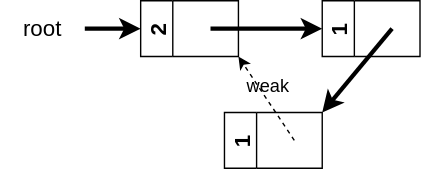
The draw.io diagram assets/img/lecture_materials/GarbageCollection/ch3/weak-pointer.drawio.svg in drop-stones/slides, before a commit. Source tidied: cells renumbered, new cells last; positions are measured from the earlier drawing's top-left corner, leaving out a move shared by most shapes. Source of this version:
```xml
<mxGraphModel>
  <root>
    <mxCell id="0" />
    <mxCell id="1" parent="0" />
    <mxCell id="2" style="group;" parent="1" vertex="1">
      <mxGeometry width="300" height="120" as="geometry" />
    </mxCell>
    <mxCell id="3" value="2" style="swimlane;horizontal=0;fontSize=16;startSize=23;fillColor=none;" parent="2" vertex="1">
      <mxGeometry x="100" width="70" height="40" as="geometry" />
    </mxCell>
    <mxCell id="4" value="&lt;font style=&quot;font-size: 16px&quot;&gt;root&lt;/font&gt;" style="text;html=1;strokeColor=none;fillColor=none;align=center;verticalAlign=middle;whiteSpace=wrap;rounded=0;" parent="2" vertex="1">
      <mxGeometry y="5" width="60" height="30" as="geometry" />
    </mxCell>
    <mxCell id="5" value="1" style="swimlane;horizontal=0;fontSize=16;startSize=23;fillColor=none;" parent="2" vertex="1">
      <mxGeometry x="160" y="80" width="70" height="40" as="geometry" />
    </mxCell>
    <mxCell id="6" value="1" style="swimlane;horizontal=0;fontSize=16;startSize=23;fillColor=none;" parent="2" vertex="1">
      <mxGeometry x="230" width="70" height="40" as="geometry" />
    </mxCell>
    <mxCell id="7" style="endArrow=classic;html=1;fontSize=16;entryX=1;entryY=0;entryDx=0;entryDy=0;strokeWidth=3;" parent="2" edge="1" target="5">
      <mxGeometry relative="1" as="geometry">
        <mxPoint x="280" y="20" as="sourcePoint" />
      </mxGeometry>
    </mxCell>
    <mxCell id="8" style="endArrow=classic;html=1;fontSize=16;entryX=1;entryY=1;entryDx=0;entryDy=0;dashed=1;" parent="2" edge="1" target="3">
      <mxGeometry relative="1" as="geometry">
        <mxPoint x="210" y="100" as="sourcePoint" />
      </mxGeometry>
    </mxCell>
    <mxCell id="9" value="&lt;font style=&quot;font-size: 13px&quot;&gt;weak&lt;/font&gt;" style="edgeLabel;html=1;align=center;verticalAlign=middle;labelBackgroundColor=none;" parent="8" vertex="1">
      <mxGeometry x="0.44" y="1" relative="1" as="geometry">
        <mxPoint x="10" y="3" as="offset" />
      </mxGeometry>
    </mxCell>
    <mxCell id="10" style="endArrow=classic;html=1;fontSize=16;entryX=0;entryY=0.5;entryDx=0;entryDy=0;strokeWidth=3;" parent="2" edge="1" target="6">
      <mxGeometry relative="1" as="geometry">
        <mxPoint x="150" y="20" as="sourcePoint" />
      </mxGeometry>
    </mxCell>
    <mxCell id="11" style="endArrow=classic;html=1;fontSize=16;exitX=1;exitY=0.5;exitDx=0;exitDy=0;entryX=0;entryY=0.5;entryDx=0;entryDy=0;strokeWidth=3;" parent="2" edge="1" source="4" target="3">
      <mxGeometry relative="1" as="geometry" />
    </mxCell>
  </root>
</mxGraphModel>
```
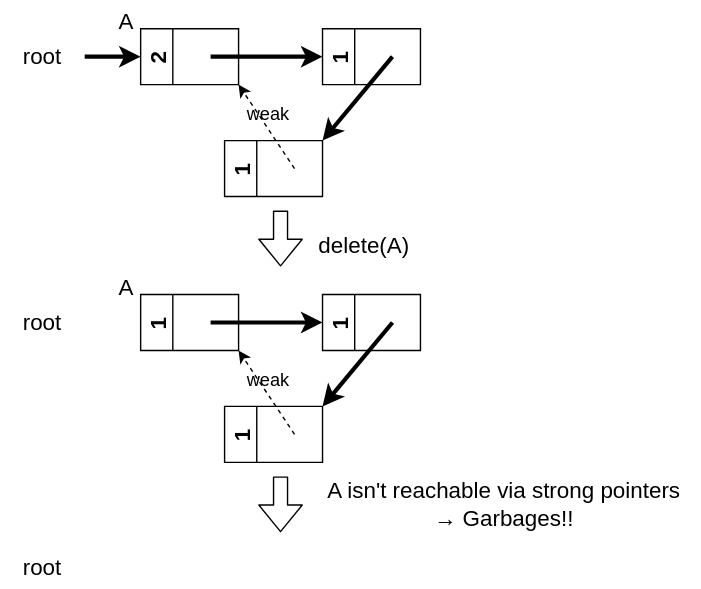
After the change.

Diff of the diagram source:
```diff
@@ -40,5 +40,67 @@
     <mxCell id="11" style="endArrow=classic;html=1;fontSize=16;exitX=1;exitY=0.5;exitDx=0;exitDy=0;entryX=0;entryY=0.5;entryDx=0;entryDy=0;strokeWidth=3;" parent="2" edge="1" source="4" target="3">
       <mxGeometry relative="1" as="geometry" />
     </mxCell>
+    <mxCell id="12" style="shape=flexArrow;endArrow=classic;html=1;" parent="1" edge="1">
+      <mxGeometry relative="1" as="geometry">
+        <mxPoint x="200" y="130" as="sourcePoint" />
+        <mxPoint x="200" y="170" as="targetPoint" />
+      </mxGeometry>
+    </mxCell>
+    <mxCell id="13" value="&lt;font style=&quot;font-size: 16px&quot;&gt;delete(A)&lt;/font&gt;" style="text;html=1;strokeColor=none;fillColor=none;align=center;verticalAlign=middle;whiteSpace=wrap;rounded=0;" parent="1" vertex="1">
+      <mxGeometry x="220" y="140" width="80" height="30" as="geometry" />
+    </mxCell>
+    <mxCell id="14" style="group;" parent="1" vertex="1">
+      <mxGeometry y="190" width="300" height="120" as="geometry" />
+    </mxCell>
+    <mxCell id="15" value="1" style="swimlane;horizontal=0;fontSize=16;startSize=23;fillColor=none;" parent="14" vertex="1">
+      <mxGeometry x="100" width="70" height="40" as="geometry" />
+    </mxCell>
+    <mxCell id="16" value="&lt;font style=&quot;font-size: 16px&quot;&gt;root&lt;/font&gt;" style="text;html=1;strokeColor=none;fillColor=none;align=center;verticalAlign=middle;whiteSpace=wrap;rounded=0;" parent="14" vertex="1">
+      <mxGeometry y="5" width="60" height="30" as="geometry" />
+    </mxCell>
+    <mxCell id="17" value="1" style="swimlane;horizontal=0;fontSize=16;startSize=23;fillColor=none;" parent="14" vertex="1">
+      <mxGeometry x="160" y="80" width="70" height="40" as="geometry" />
+    </mxCell>
+    <mxCell id="18" value="1" style="swimlane;horizontal=0;fontSize=16;startSize=23;fillColor=none;" parent="14" vertex="1">
+      <mxGeometry x="230" width="70" height="40" as="geometry" />
+    </mxCell>
+    <mxCell id="19" style="endArrow=classic;html=1;fontSize=16;entryX=1;entryY=0;entryDx=0;entryDy=0;strokeWidth=3;" parent="14" edge="1" target="17">
+      <mxGeometry relative="1" as="geometry">
+        <mxPoint x="280" y="20" as="sourcePoint" />
+      </mxGeometry>
+    </mxCell>
+    <mxCell id="20" style="endArrow=classic;html=1;fontSize=16;entryX=1;entryY=1;entryDx=0;entryDy=0;dashed=1;" parent="14" edge="1" target="15">
+      <mxGeometry relative="1" as="geometry">
+        <mxPoint x="210" y="100" as="sourcePoint" />
+      </mxGeometry>
+    </mxCell>
+    <mxCell id="21" value="&lt;font style=&quot;font-size: 13px&quot;&gt;weak&lt;/font&gt;" style="edgeLabel;html=1;align=center;verticalAlign=middle;labelBackgroundColor=none;" parent="20" vertex="1">
+      <mxGeometry x="0.44" y="1" relative="1" as="geometry">
+        <mxPoint x="10" y="3" as="offset" />
+      </mxGeometry>
+    </mxCell>
+    <mxCell id="22" style="endArrow=classic;html=1;fontSize=16;entryX=0;entryY=0.5;entryDx=0;entryDy=0;strokeWidth=3;" parent="14" edge="1" target="18">
+      <mxGeometry relative="1" as="geometry">
+        <mxPoint x="150" y="20" as="sourcePoint" />
+      </mxGeometry>
+    </mxCell>
+    <mxCell id="23" style="shape=flexArrow;endArrow=classic;html=1;" parent="1" edge="1">
+      <mxGeometry relative="1" as="geometry">
+        <mxPoint x="200" y="320" as="sourcePoint" />
+        <mxPoint x="200" y="360" as="targetPoint" />
+      </mxGeometry>
+    </mxCell>
+    <mxCell id="24" value="&lt;font style=&quot;font-size: 16px&quot;&gt;A isn't reachable via strong pointers&lt;br&gt;→ Garbages!!&lt;br&gt;&lt;/font&gt;" style="text;html=1;strokeColor=none;fillColor=none;align=center;verticalAlign=middle;whiteSpace=wrap;rounded=0;" parent="1" vertex="1">
+      <mxGeometry x="220" y="320" width="280" height="40" as="geometry" />
+    </mxCell>
+    <mxCell id="25" value="A" style="text;html=1;strokeColor=none;fillColor=none;align=center;verticalAlign=middle;whiteSpace=wrap;rounded=0;fontSize=16;" parent="1" vertex="1">
+      <mxGeometry x="60" y="-20" width="60" height="30" as="geometry" />
+    </mxCell>
+    <mxCell id="26" value="A" style="text;html=1;strokeColor=none;fillColor=none;align=center;verticalAlign=middle;whiteSpace=wrap;rounded=0;fontSize=16;" parent="1" vertex="1">
+      <mxGeometry x="60" y="170" width="60" height="30" as="geometry" />
+    </mxCell>
+    <mxCell id="27" value="&lt;font style=&quot;font-size: 16px&quot;&gt;root&lt;/font&gt;" style="text;html=1;strokeColor=none;fillColor=none;align=center;verticalAlign=middle;whiteSpace=wrap;rounded=0;" parent="1" vertex="1">
+      <mxGeometry y="370" width="60" height="30" as="geometry" />
+    </mxCell>
   </root>
 </mxGraphModel>
```
